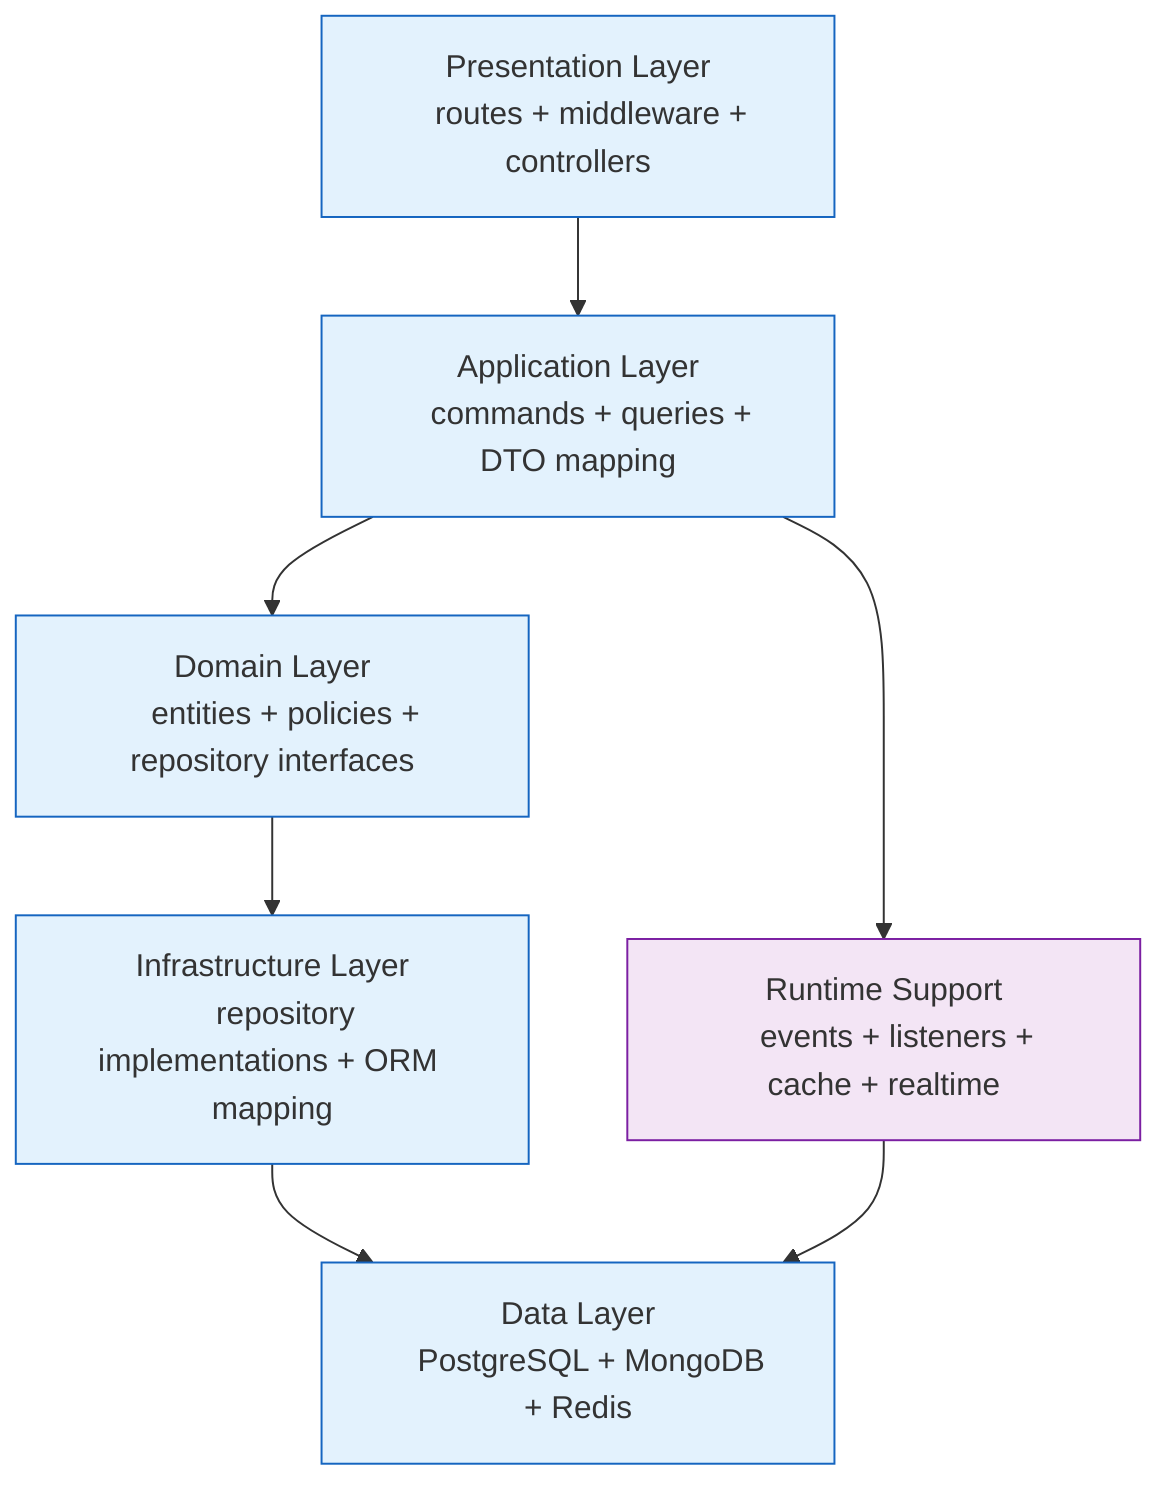
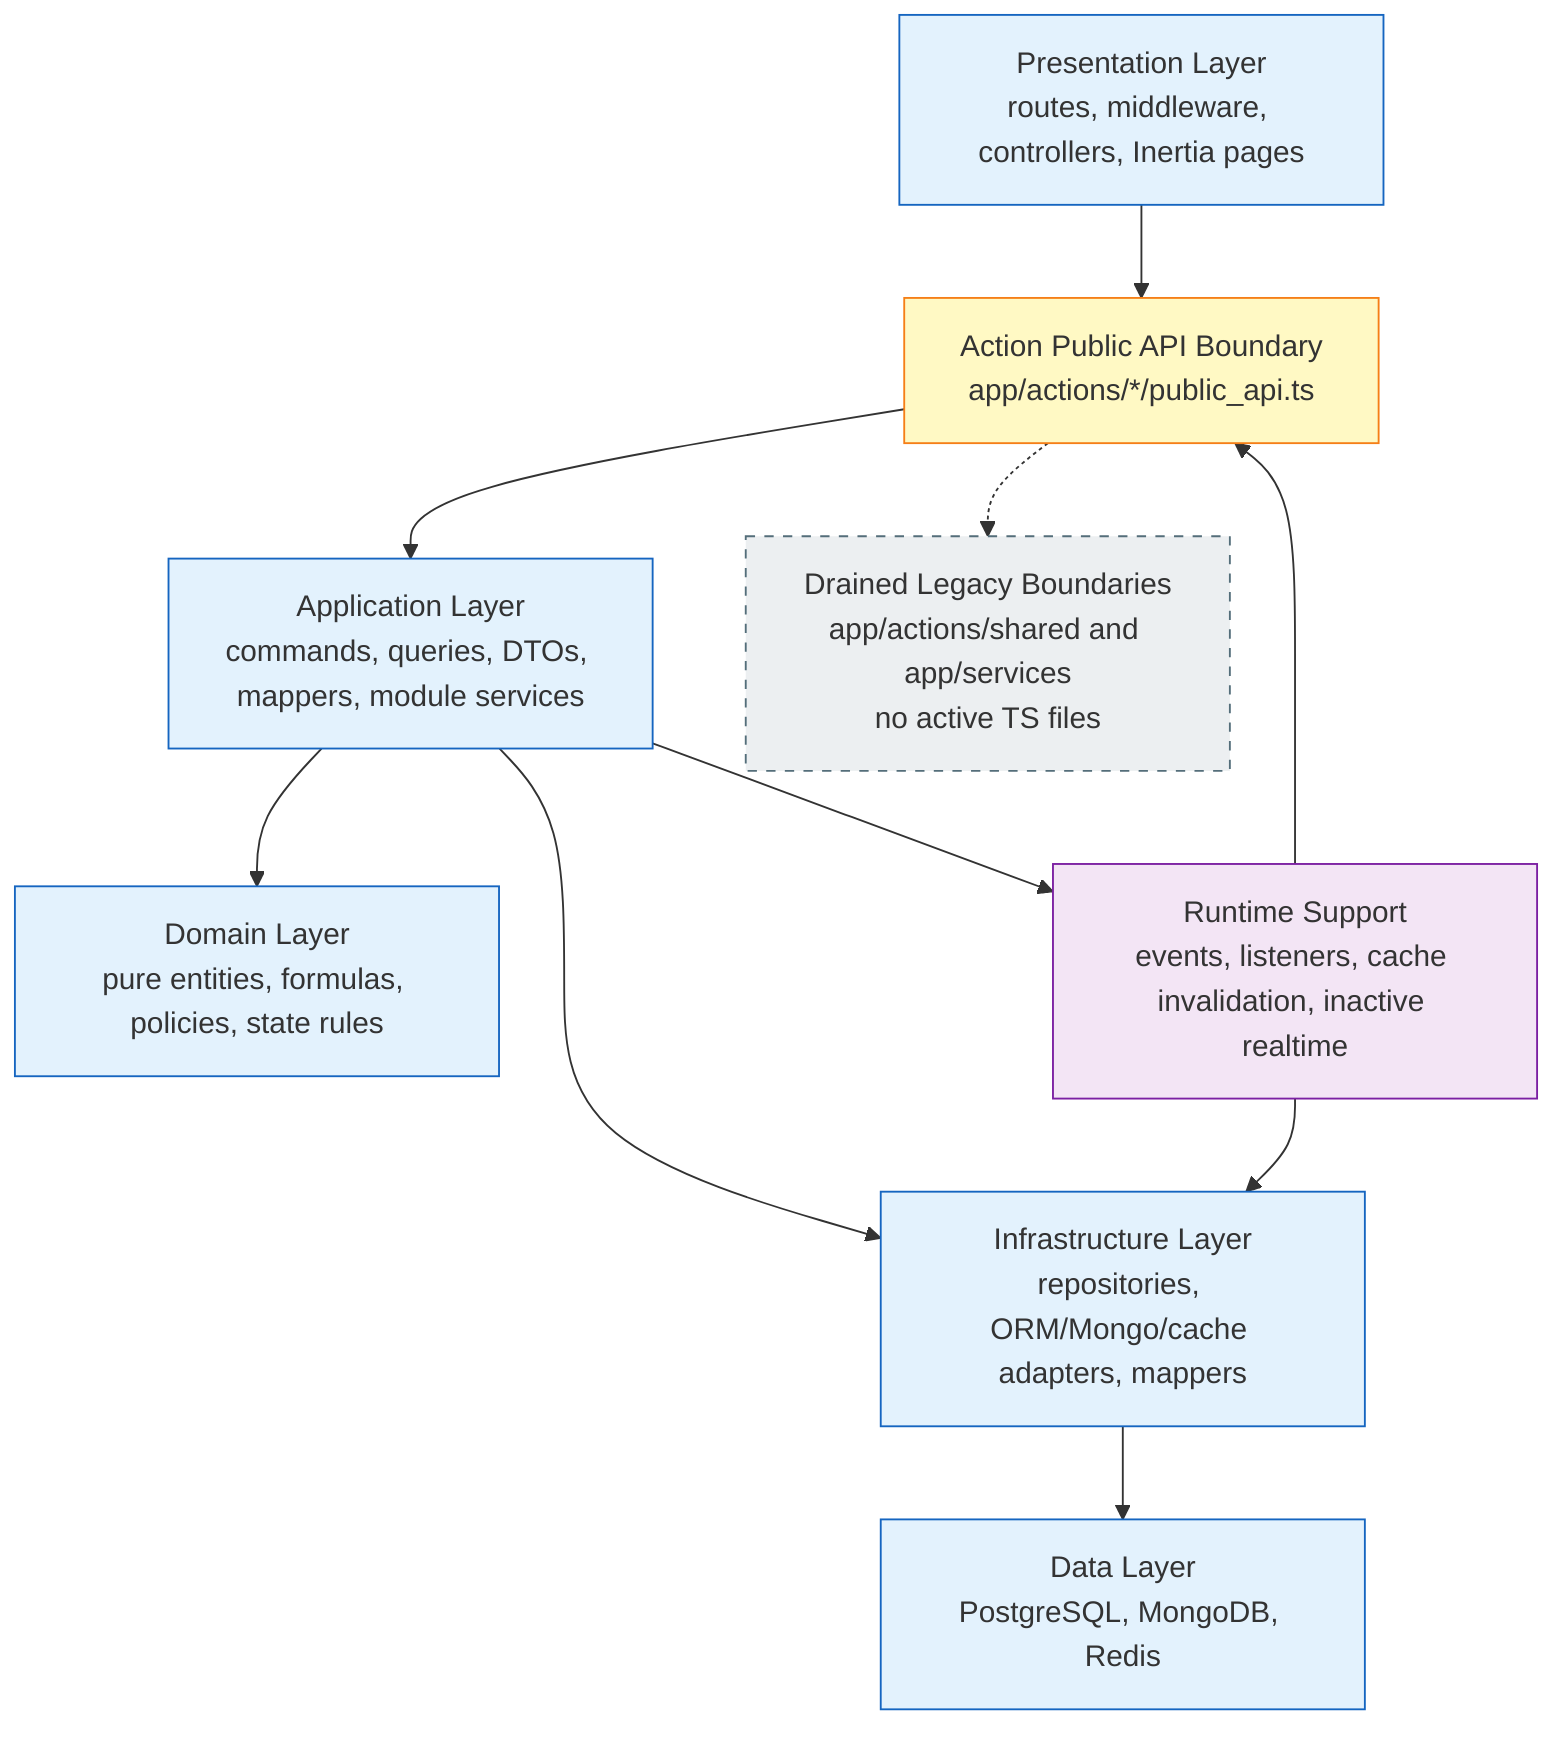
%% Architecture Diagram: Layered Architecture Overview
+ %% Updated 2026-05-12.
%% Detail files:
%%   - arch_02a_request_flow.mmd
%%   - arch_02b_runtime_support.mmd

flowchart TD
-     Presentation["Presentation Layer
-     routes + middleware + controllers"]
-     Application["Application Layer
-     commands + queries + DTO mapping"]
-     Domain["Domain Layer
-     entities + policies + repository interfaces"]
-     Infrastructure["Infrastructure Layer
-     repository implementations + ORM mapping"]
-     Data["Data Layer
-     PostgreSQL + MongoDB + Redis"]
-     Runtime["Runtime Support
-     events + listeners + cache + realtime"]
+     Presentation["Presentation Layer\nroutes, middleware, controllers, Inertia pages"]
+     AppApi["Action Public API Boundary\napp/actions/*/public_api.ts"]
+     Application["Application Layer\ncommands, queries, DTOs, mappers, module services"]
+     Domain["Domain Layer\npure entities, formulas, policies, state rules"]
+     Infrastructure["Infrastructure Layer\nrepositories, ORM/Mongo/cache adapters, mappers"]
+     Data["Data Layer\nPostgreSQL, MongoDB, Redis"]
+     Runtime["Runtime Support\nevents, listeners, cache invalidation, inactive realtime"]
+     EmptyLegacy["Drained Legacy Boundaries\napp/actions/shared and app/services\nno active TS files"]

-     Presentation --> Application
+     Presentation --> AppApi
+     AppApi --> Application
    Application --> Domain
-     Domain --> Infrastructure
+     Application --> Infrastructure
    Infrastructure --> Data
    Application --> Runtime
-     Runtime --> Data
+     Runtime --> AppApi
+     Runtime --> Infrastructure
+     AppApi -.-> EmptyLegacy

    classDef layer fill:#E3F2FD,stroke:#1565C0,color:#333
+     classDef boundary fill:#FFF9C4,stroke:#F57F17,color:#333
    classDef support fill:#F3E5F5,stroke:#7B1FA2,color:#333
+     classDef drained fill:#ECEFF1,stroke:#546E7A,color:#333,stroke-dasharray: 5 5
    class Presentation,Application,Domain,Infrastructure,Data layer
+     class AppApi boundary
    class Runtime support
+     class EmptyLegacy drained
